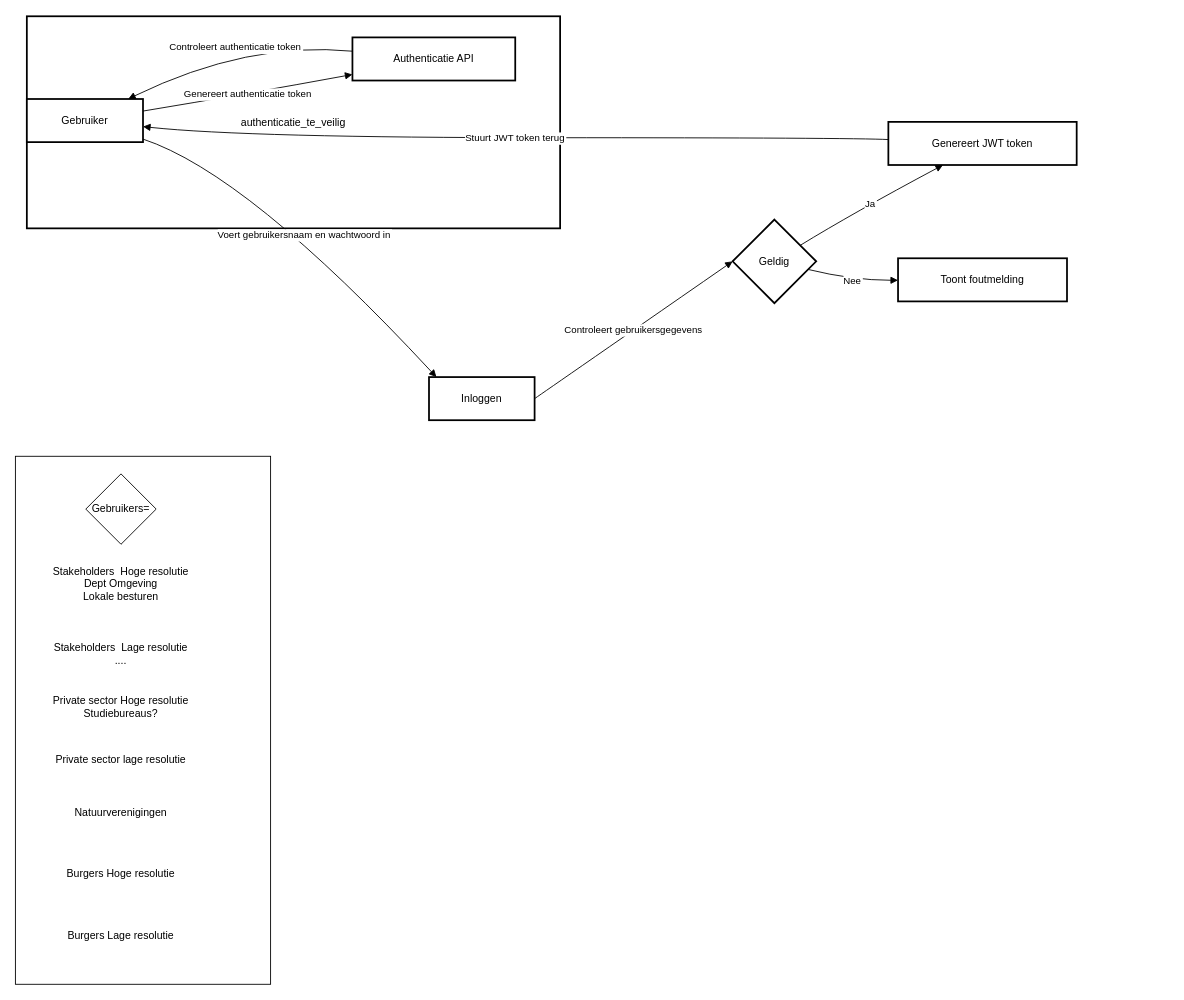
Before: docs/authenticatie.drawio in inbo/vlaams-biodiversiteitsportaal, a draw.io diagram. Source tidied: cells renumbered, new cells numbered last; positions are measured from the earlier drawing's top-left corner, leaving out a move shared by most shapes. Both pictures are drawn from the tidied source at 88%, with x=0, y=0 at pixel (15, 16).
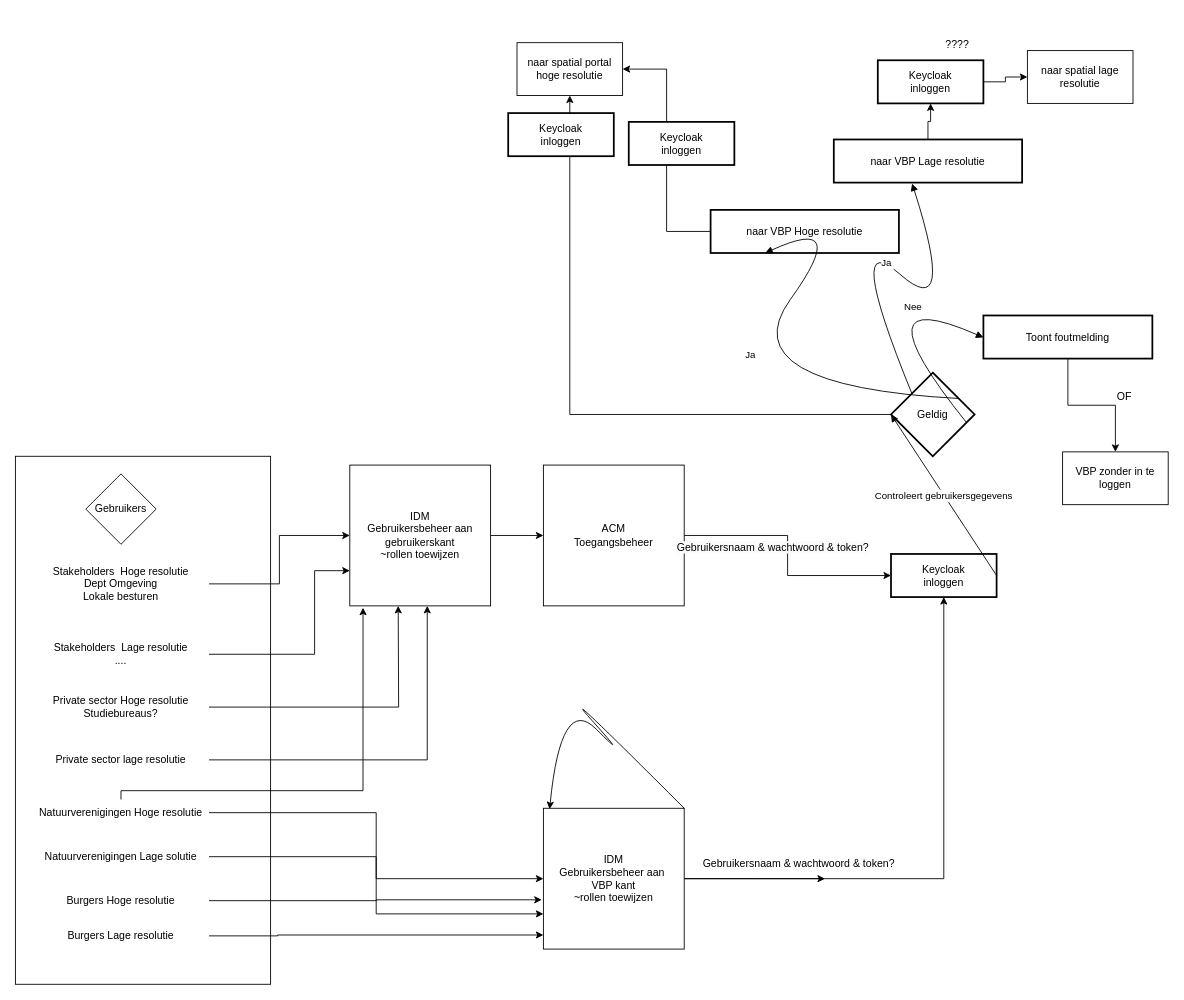
After the change.

The change refers to these unchanged cells:
```xml
<mxCell id="18" value="Burgers Lage resolutie" style="text;html=1;align=center;verticalAlign=middle;whiteSpace=wrap;rounded=0;" parent="1" vertex="1">
  <mxGeometry x="20" y="1030" width="200" height="30" as="geometry" />
</mxCell>
<mxCell id="19" value="Stakeholders&amp;nbsp; Hoge resolutie&lt;div&gt;Dept Omgeving&lt;/div&gt;&lt;div&gt;Lokale besturen&lt;/div&gt;" style="text;html=1;align=center;verticalAlign=middle;whiteSpace=wrap;rounded=0;" parent="1" vertex="1">
  <mxGeometry x="20" y="630" width="200" height="30" as="geometry" />
</mxCell>
<mxCell id="20" value="Stakeholders&amp;nbsp; Lage resolutie&lt;div&gt;....&lt;/div&gt;" style="text;html=1;align=center;verticalAlign=middle;whiteSpace=wrap;rounded=0;" parent="1" vertex="1">
  <mxGeometry x="20" y="710" width="200" height="30" as="geometry" />
</mxCell>
<mxCell id="22" value="Private sector&amp;nbsp;Hoge resolutie&lt;div&gt;Studiebureaus?&lt;/div&gt;" style="text;html=1;align=center;verticalAlign=middle;whiteSpace=wrap;rounded=0;" parent="1" vertex="1">
  <mxGeometry x="20" y="770" width="200" height="30" as="geometry" />
</mxCell>
<mxCell id="23" value="Private sector&lt;span style=&quot;color: rgba(0, 0, 0, 0); font-family: monospace; font-size: 0px; text-align: start; text-wrap-mode: nowrap;&quot;&gt;%mxGraphModel%3E%3Croot%3E%3CmxCell%20id%3D%220%22%2F%3E%3CmxCell%20id%3D%221%22%20parent%3D%220%22%2F%3E%3CmxCell%20id%3D%222%22%20value%3D%22Burgers%20Hoge%20resolutie%22%20style%3D%22text%3Bhtml%3D1%3Balign%3Dcenter%3BverticalAlign%3Dmiddle%3BwhiteSpace%3Dwrap%3Brounded%3D0%3B%22%20vertex%3D%221%22%20parent%3D%221%22%3E%3CmxGeometry%20x%3D%2240%22%20y%3D%22900%22%20width%3D%22200%22%20height%3D%2230%22%20as%3D%22geometry%22%2F%3E%3C%2FmxCell%3E%3C%2Froot%3E%3C%2FmxGraphModel%3E&lt;/span&gt;&amp;nbsp;lage resolutie" style="text;html=1;align=center;verticalAlign=middle;whiteSpace=wrap;rounded=0;" parent="1" vertex="1">
  <mxGeometry x="20" y="830" width="200" height="30" as="geometry" />
</mxCell>
```

The edit, as a diff of the source:
```diff
@@
-    <mxCell id="2" value="authenticatie_te_veilig" style="whiteSpace=wrap;strokeWidth=2;" parent="1" vertex="1">
-      <mxGeometry x="13" width="606" height="241" as="geometry" />
-    </mxCell>
-    <mxCell id="3" value="Gebruiker" style="whiteSpace=wrap;strokeWidth=2;" parent="1" vertex="1">
-      <mxGeometry x="13" y="94" width="132" height="49" as="geometry" />
-    </mxCell>
-    <mxCell id="4" value="Inloggen" style="whiteSpace=wrap;strokeWidth=2;" parent="1" vertex="1">
-      <mxGeometry x="470" y="410" width="120" height="49" as="geometry" />
+    <mxCell id="4" value="Keycloak&#10;inloggen" style="whiteSpace=wrap;strokeWidth=2;" parent="1" vertex="1">
+      <mxGeometry x="995" y="611" width="120" height="49" as="geometry" />
     </mxCell>
+    <mxCell id="25" style="edgeStyle=orthogonalEdgeStyle;rounded=0;jettySize=auto;html=1;entryX=0.5;entryY=1;entryDx=0;entryDy=0;" parent="1" edge="1" source="5" target="48">
+      <mxGeometry relative="1" as="geometry" />
+    </mxCell>
     <mxCell id="5" value="Geldig" style="rhombus;strokeWidth=2;whiteSpace=wrap;" parent="1" vertex="1">
-      <mxGeometry x="815" y="231" width="95" height="95" as="geometry" />
+      <mxGeometry x="995" y="405" width="95" height="95" as="geometry" />
     </mxCell>
+    <mxCell id="26" style="edgeStyle=orthogonalEdgeStyle;rounded=0;jettySize=auto;html=1;entryX=1;entryY=0.5;entryDx=0;entryDy=0;" parent="1" edge="1" source="6" target="48">
+      <mxGeometry relative="1" as="geometry" />
+    </mxCell>
-    <mxCell id="6" value="Genereert JWT token" style="whiteSpace=wrap;strokeWidth=2;" parent="1" vertex="1">
-      <mxGeometry x="992" y="120" width="214" height="49" as="geometry" />
+    <mxCell id="6" value="naar VBP Hoge resolutie" style="whiteSpace=wrap;strokeWidth=2;" parent="1" vertex="1">
+      <mxGeometry x="790" y="220" width="214" height="49" as="geometry" />
     </mxCell>
+    <mxCell id="27" style="edgeStyle=orthogonalEdgeStyle;rounded=0;jettySize=auto;html=1;entryX=0.5;entryY=0;entryDx=0;entryDy=0;" parent="1" edge="1" source="7" target="49">
+      <mxGeometry relative="1" as="geometry" />
+    </mxCell>
     <mxCell id="7" value="Toont foutmelding" style="whiteSpace=wrap;strokeWidth=2;" parent="1" vertex="1">
-      <mxGeometry x="1003" y="275" width="192" height="49" as="geometry" />
+      <mxGeometry x="1100" y="340" width="192" height="49" as="geometry" />
     </mxCell>
-    <mxCell id="8" value="Authenticatie API" style="whiteSpace=wrap;strokeWidth=2;" parent="1" vertex="1">
-      <mxGeometry x="383" y="24" width="185" height="49" as="geometry" />
-    </mxCell>
-    <mxCell id="9" value="Voert gebruikersnaam en wachtwoord in" style="curved=1;startArrow=none;endArrow=block;exitX=1;exitY=0.93;entryX=0.07;entryY=0;" parent="1" edge="1" source="3" target="4">
-      <mxGeometry relative="1" as="geometry">
-        <Array as="points">
-          <mxPoint x="264" y="179" />
-        </Array>
-      </mxGeometry>
-    </mxCell>
@@
     <mxCell id="11" value="Ja" style="curved=1;startArrow=none;endArrow=block;exitX=1;exitY=0.19;entryX=0.29;entryY=1;" parent="1" edge="1" source="5" target="6">
       <mxGeometry relative="1" as="geometry">
         <Array as="points">
+          <mxPoint x="810" y="420" />
           <mxPoint x="951" y="224" />
         </Array>
       </mxGeometry>
     </mxCell>
     <mxCell id="12" value="Nee" style="curved=1;startArrow=none;endArrow=block;exitX=1;exitY=0.62;entryX=0;entryY=0.51;" parent="1" edge="1" source="5" target="7">
-      <mxGeometry relative="1" as="geometry">
+      <mxGeometry x="0.53" relative="1" as="geometry">
         <Array as="points">
           <mxPoint x="951" y="300" />
         </Array>
       </mxGeometry>
     </mxCell>
-    <mxCell id="13" value="Stuurt JWT token terug" style="curved=1;startArrow=none;endArrow=block;exitX=0;exitY=0.41;entryX=1;entryY=0.64;" parent="1" edge="1" source="6" target="3">
-      <mxGeometry relative="1" as="geometry">
-        <Array as="points">
-          <mxPoint x="951" y="138" />
-          <mxPoint x="264" y="138" />
-        </Array>
-      </mxGeometry>
-    </mxCell>
-    <mxCell id="14" value="Genereert authenticatie token" style="curved=1;startArrow=none;endArrow=block;exitX=1;exitY=0.28;entryX=0;entryY=0.86;" parent="1" edge="1" source="3" target="8">
-      <mxGeometry relative="1" as="geometry">
-        <Array as="points">
-          <mxPoint x="264" y="88" />
-        </Array>
-      </mxGeometry>
-    </mxCell>
-    <mxCell id="15" value="Controleert authenticatie token" style="curved=1;startArrow=none;endArrow=block;exitX=0;exitY=0.32;entryX=0.88;entryY=-0.01;" parent="1" edge="1" source="8" target="3">
-      <mxGeometry relative="1" as="geometry">
-        <Array as="points">
-          <mxPoint x="264" y="28" />
-        </Array>
-      </mxGeometry>
-    </mxCell>
@@
-    <mxCell id="17" value="Gebruikers=" style="rhombus;whiteSpace=wrap;html=1;" parent="1" vertex="1">
+    <mxCell id="17" value="Gebruikers" style="rhombus;whiteSpace=wrap;html=1;" parent="1" vertex="1">
       <mxGeometry x="80" y="520" width="80" height="80" as="geometry" />
     </mxCell>
@@
+    <mxCell id="28" style="edgeStyle=orthogonalEdgeStyle;rounded=0;jettySize=auto;html=1;entryX=0;entryY=0.75;entryDx=0;entryDy=0;" parent="1" edge="1" source="20" target="33">
+      <mxGeometry relative="1" as="geometry">
+        <Array as="points">
+          <mxPoint x="340" y="725" />
+          <mxPoint x="340" y="630" />
+        </Array>
+      </mxGeometry>
+    </mxCell>
@@
     <mxCell id="21" value="Burgers Hoge resolutie" style="text;html=1;align=center;verticalAlign=middle;whiteSpace=wrap;rounded=0;" parent="1" vertex="1">
-      <mxGeometry x="20" y="960" width="200" height="30" as="geometry" />
+      <mxGeometry x="20" y="990" width="200" height="30" as="geometry" />
     </mxCell>
@@
+    <mxCell id="29" style="edgeStyle=orthogonalEdgeStyle;rounded=0;jettySize=auto;html=1;entryX=0;entryY=0.5;entryDx=0;entryDy=0;exitX=1;exitY=0.5;exitDx=0;exitDy=0;" parent="1" edge="1" source="24" target="39">
+      <mxGeometry relative="1" as="geometry" />
+    </mxCell>
-    <mxCell id="24" value="Natuurverenigingen" style="text;html=1;align=center;verticalAlign=middle;whiteSpace=wrap;rounded=0;" parent="1" vertex="1">
+    <mxCell id="24" value="Natuurverenigingen Hoge resolutie" style="text;html=1;align=center;verticalAlign=middle;whiteSpace=wrap;rounded=0;" parent="1" vertex="1">
       <mxGeometry x="20" y="890" width="200" height="30" as="geometry" />
     </mxCell>
+    <mxCell id="30" style="edgeStyle=orthogonalEdgeStyle;rounded=0;jettySize=auto;html=1;entryX=0;entryY=0.75;entryDx=0;entryDy=0;" parent="1" edge="1" source="31" target="39">
+      <mxGeometry relative="1" as="geometry" />
+    </mxCell>
+    <mxCell id="31" value="Natuurverenigingen Lage solutie" style="text;html=1;align=center;verticalAlign=middle;whiteSpace=wrap;rounded=0;" parent="1" vertex="1">
+      <mxGeometry x="20" y="940" width="200" height="30" as="geometry" />
+    </mxCell>
+    <mxCell id="32" style="edgeStyle=orthogonalEdgeStyle;rounded=0;jettySize=auto;html=1;entryX=0;entryY=0.5;entryDx=0;entryDy=0;" parent="1" edge="1" source="33" target="44">
+      <mxGeometry relative="1" as="geometry" />
+    </mxCell>
+    <mxCell id="33" value="IDM&lt;div&gt;Gebruikersbeheer aan gebruikerskant&lt;/div&gt;&lt;div&gt;~rollen toewijzen&lt;/div&gt;" style="whiteSpace=wrap;html=1;" parent="1" vertex="1">
+      <mxGeometry x="380" y="510" width="160" height="160" as="geometry" />
+    </mxCell>
+    <mxCell id="34" style="edgeStyle=orthogonalEdgeStyle;rounded=0;jettySize=auto;html=1;" parent="1" edge="1" source="19" target="33">
+      <mxGeometry relative="1" as="geometry" />
+    </mxCell>
+    <mxCell id="35" style="edgeStyle=orthogonalEdgeStyle;rounded=0;jettySize=auto;html=1;" parent="1" edge="1" source="22">
+      <mxGeometry relative="1" as="geometry">
+        <mxPoint x="435" y="670" as="targetPoint" />
+      </mxGeometry>
+    </mxCell>
+    <mxCell id="36" style="edgeStyle=orthogonalEdgeStyle;rounded=0;jettySize=auto;html=1;entryX=0.55;entryY=1;entryDx=0;entryDy=0;entryPerimeter=0;" parent="1" edge="1" source="23" target="33">
+      <mxGeometry relative="1" as="geometry" />
+    </mxCell>
+    <mxCell id="37" style="edgeStyle=orthogonalEdgeStyle;rounded=0;jettySize=auto;html=1;entryX=0.5;entryY=1;entryDx=0;entryDy=0;" parent="1" edge="1" source="39" target="4">
+      <mxGeometry relative="1" as="geometry" />
+    </mxCell>
+    <mxCell id="38" style="edgeStyle=orthogonalEdgeStyle;rounded=0;jettySize=auto;html=1;" parent="1" edge="1" source="39">
+      <mxGeometry relative="1" as="geometry">
+        <mxPoint x="920" y="980" as="targetPoint" />
+      </mxGeometry>
+    </mxCell>
+    <mxCell id="39" value="IDM&lt;div&gt;Gebruikersbeheer aan&amp;nbsp;&lt;/div&gt;&lt;div&gt;VBP kant&lt;/div&gt;&lt;div&gt;~rollen toewijzen&lt;/div&gt;" style="whiteSpace=wrap;html=1;" parent="1" vertex="1">
+      <mxGeometry x="600" y="900" width="160" height="160" as="geometry" />
+    </mxCell>
+    <mxCell id="40" style="edgeStyle=orthogonalEdgeStyle;rounded=0;jettySize=auto;html=1;entryX=0.094;entryY=1.013;entryDx=0;entryDy=0;entryPerimeter=0;" parent="1" edge="1" source="24" target="33">
+      <mxGeometry relative="1" as="geometry">
+        <Array as="points">
+          <mxPoint x="120" y="880" />
+          <mxPoint x="395" y="880" />
+        </Array>
+      </mxGeometry>
+    </mxCell>
+    <mxCell id="41" style="edgeStyle=orthogonalEdgeStyle;rounded=0;jettySize=auto;html=1;entryX=-0.012;entryY=0.65;entryDx=0;entryDy=0;entryPerimeter=0;" parent="1" edge="1" source="21" target="39">
+      <mxGeometry relative="1" as="geometry" />
+    </mxCell>
+    <mxCell id="42" style="edgeStyle=orthogonalEdgeStyle;rounded=0;jettySize=auto;html=1;" parent="1" edge="1" source="18" target="39">
+      <mxGeometry relative="1" as="geometry">
+        <Array as="points">
+          <mxPoint x="298" y="1045" />
+          <mxPoint x="298" y="1044" />
+        </Array>
+      </mxGeometry>
+    </mxCell>
+    <mxCell id="43" style="edgeStyle=orthogonalEdgeStyle;rounded=0;jettySize=auto;html=1;entryX=0;entryY=0.5;entryDx=0;entryDy=0;" parent="1" edge="1" source="44" target="4">
+      <mxGeometry relative="1" as="geometry" />
+    </mxCell>
+    <mxCell id="44" value="ACM&lt;div&gt;Toegangsbeheer&lt;/div&gt;" style="whiteSpace=wrap;html=1;" parent="1" vertex="1">
+      <mxGeometry x="600" y="510" width="160" height="160" as="geometry" />
+    </mxCell>
+    <mxCell id="45" style="curved=1;endArrow=classic;html=1;rounded=0;exitX=1;exitY=0;exitDx=0;exitDy=0;entryX=0.044;entryY=0.006;entryDx=0;entryDy=0;entryPerimeter=0;" parent="1" edge="1" source="39" target="39">
+      <mxGeometry relative="1" as="geometry">
+        <Array as="points">
+          <mxPoint x="610" y="750" />
+          <mxPoint x="700" y="850" />
+          <mxPoint x="620" y="770" />
+        </Array>
+      </mxGeometry>
+    </mxCell>
+    <mxCell id="46" value="Gebruikersnaam &amp;amp; wachtwoord &amp;amp; token?" style="text;html=1;align=center;verticalAlign=middle;strokeColor=none;fillColor=none;" parent="1" vertex="1">
+      <mxGeometry x="770" y="948" width="240" height="30" as="geometry" />
+    </mxCell>
+    <mxCell id="47" value="&lt;span style=&quot;color: rgb(0, 0, 0); font-family: Helvetica; font-size: 12px; font-style: normal; font-variant-ligatures: normal; font-variant-caps: normal; font-weight: 400; letter-spacing: normal; orphans: 2; text-align: center; text-indent: 0px; text-transform: none; widows: 2; word-spacing: 0px; -webkit-text-stroke-width: 0px; white-space: nowrap; background-color: rgb(251, 251, 251); text-decoration-thickness: initial; text-decoration-style: initial; text-decoration-color: initial; display: inline !important; float: none;&quot;&gt;Gebruikersnaam &amp;amp; wachtwoord &amp;amp; token?&lt;/span&gt;" style="text;whiteSpace=wrap;html=1;" parent="1" vertex="1">
+      <mxGeometry x="750" y="590" width="250" height="40" as="geometry" />
+    </mxCell>
+    <mxCell id="48" value="naar spatial portal hoge resolutie" style="rounded=0;whiteSpace=wrap;html=1;" parent="1" vertex="1">
+      <mxGeometry x="570" y="30" width="120" height="60" as="geometry" />
+    </mxCell>
+    <mxCell id="49" value="VBP zonder in te loggen" style="rounded=0;whiteSpace=wrap;html=1;" parent="1" vertex="1">
+      <mxGeometry x="1190" y="495" width="120" height="60" as="geometry" />
+    </mxCell>
+    <mxCell id="50" value="OF" style="text;html=1;align=center;verticalAlign=middle;strokeColor=none;fillColor=none;" parent="1" vertex="1">
+      <mxGeometry x="1240" y="418" width="40" height="30" as="geometry" />
+    </mxCell>
+    <mxCell id="51" style="edgeStyle=orthogonalEdgeStyle;rounded=0;jettySize=auto;html=1;" parent="1" edge="1" source="52" target="58">
+      <mxGeometry relative="1" as="geometry" />
+    </mxCell>
+    <mxCell id="52" value="Keycloak&#10;inloggen" style="whiteSpace=wrap;strokeWidth=2;" parent="1" vertex="1">
+      <mxGeometry x="980" y="50" width="120" height="49" as="geometry" />
+    </mxCell>
+    <mxCell id="53" value="Keycloak&#10;inloggen" style="whiteSpace=wrap;strokeWidth=2;" parent="1" vertex="1">
+      <mxGeometry x="560" y="110" width="120" height="49" as="geometry" />
+    </mxCell>
+    <mxCell id="54" value="Ja" style="curved=1;startArrow=none;endArrow=block;exitX=0;exitY=0;exitDx=0;exitDy=0;" parent="1" edge="1" source="5">
+      <mxGeometry relative="1" as="geometry">
+        <mxPoint x="1019" y="190" as="targetPoint" />
+        <Array as="points">
+          <mxPoint x="940" y="236" />
+          <mxPoint x="1070" y="350" />
+        </Array>
+      </mxGeometry>
+    </mxCell>
+    <mxCell id="55" value="naar VBP Lage resolutie" style="whiteSpace=wrap;strokeWidth=2;" parent="1" vertex="1">
+      <mxGeometry x="930" y="140" width="214" height="49" as="geometry" />
+    </mxCell>
+    <mxCell id="56" value="Keycloak&#10;inloggen" style="whiteSpace=wrap;strokeWidth=2;" parent="1" vertex="1">
+      <mxGeometry x="697" y="120" width="120" height="49" as="geometry" />
+    </mxCell>
+    <mxCell id="57" style="edgeStyle=orthogonalEdgeStyle;rounded=0;jettySize=auto;html=1;" parent="1" edge="1" source="55" target="52">
+      <mxGeometry relative="1" as="geometry" />
+    </mxCell>
+    <mxCell id="58" value="naar spatial lage resolutie" style="rounded=0;whiteSpace=wrap;html=1;" parent="1" vertex="1">
+      <mxGeometry x="1150" y="39" width="120" height="60" as="geometry" />
+    </mxCell>
+    <mxCell id="59" value="????" style="text;html=1;align=center;verticalAlign=middle;strokeColor=none;fillColor=none;" parent="1" vertex="1">
+      <mxGeometry x="1045" y="18" width="50" height="30" as="geometry" />
+    </mxCell>
```
